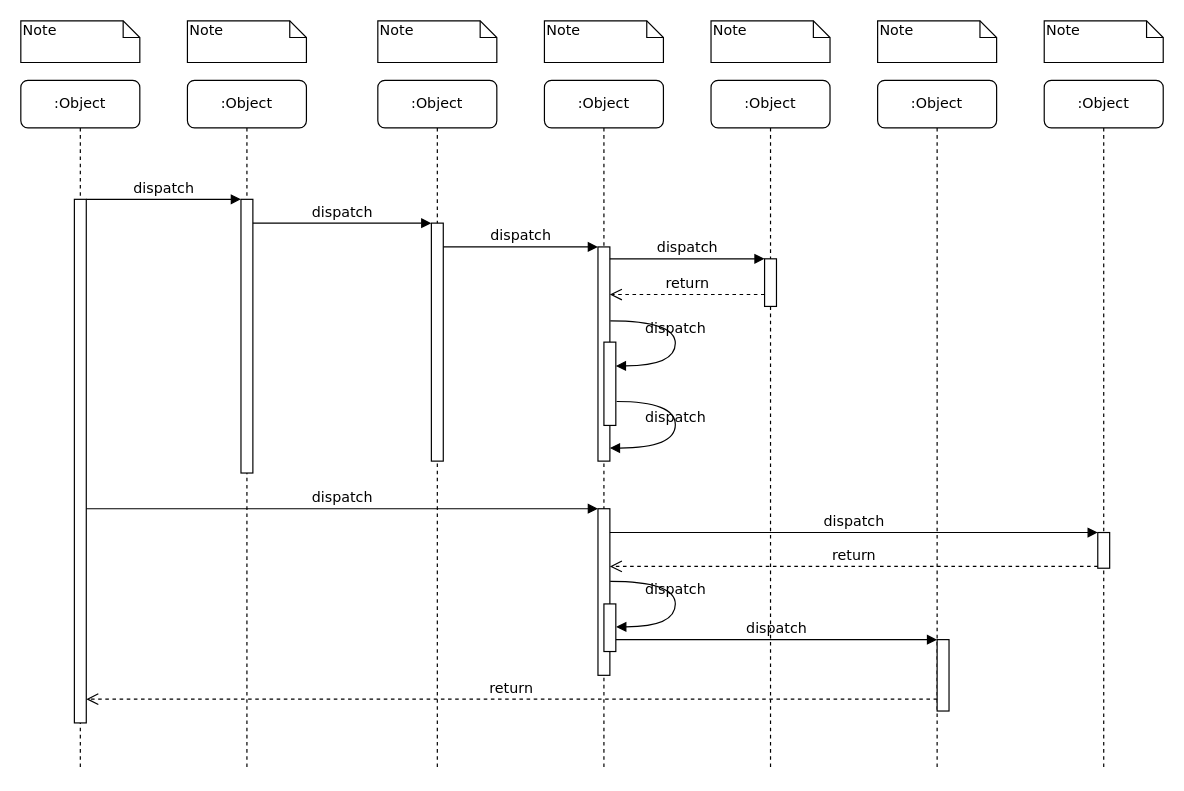
Earlier version of the draw.io diagram src/main/java/com/app/Untitled Diagram.drawio (David-Josue-Murillo/panama_trips_api). Source tidied: cells renumbered, new cells numbered last; positions are measured from the earlier drawing's top-left corner, leaving out a move shared by most shapes. Both pictures are drawn from the tidied source at 119%, with x=0, y=0 at pixel (20, 20).
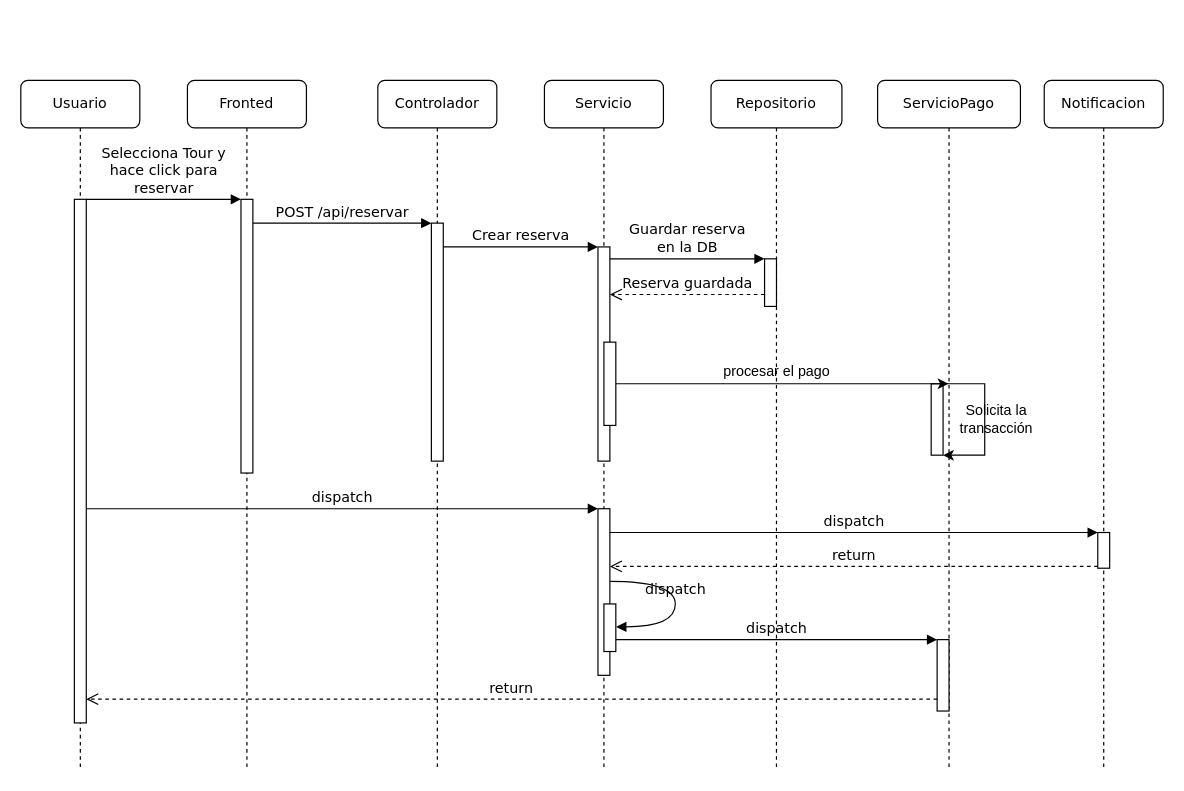
The same diagram, later.

The change refers to these unchanged cells:
```xml
<mxCell id="3" style="html=1;points=[];perimeter=orthogonalPerimeter;rounded=0;shadow=0;comic=0;labelBackgroundColor=none;strokeWidth=1;fontFamily=Verdana;fontSize=12;align=center;" parent="2" vertex="1">
  <mxGeometry x="45" y="100" width="10" height="230" as="geometry" />
</mxCell>
<mxCell id="5" style="html=1;points=[];perimeter=orthogonalPerimeter;rounded=0;shadow=0;comic=0;labelBackgroundColor=none;strokeWidth=1;fontFamily=Verdana;fontSize=12;align=center;" parent="4" vertex="1">
  <mxGeometry x="45" y="120" width="10" height="200" as="geometry" />
</mxCell>
<mxCell id="11" style="html=1;points=[];perimeter=orthogonalPerimeter;rounded=0;shadow=0;comic=0;labelBackgroundColor=none;strokeWidth=1;fontFamily=Verdana;fontSize=12;align=center;" parent="10" vertex="1">
  <mxGeometry x="45" y="100" width="10" height="440" as="geometry" />
</mxCell>
<mxCell id="12" style="html=1;points=[];perimeter=orthogonalPerimeter;rounded=0;shadow=0;comic=0;labelBackgroundColor=none;strokeWidth=1;fontFamily=Verdana;fontSize=12;align=center;" parent="1" vertex="1">
  <mxGeometry x="485" y="190" width="10" height="180" as="geometry" />
</mxCell>
<mxCell id="14" style="html=1;points=[];perimeter=orthogonalPerimeter;rounded=0;shadow=0;comic=0;labelBackgroundColor=none;strokeWidth=1;fontFamily=Verdana;fontSize=12;align=center;" parent="1" vertex="1">
  <mxGeometry x="625" y="200" width="10" height="40" as="geometry" />
</mxCell>
<mxCell id="27" style="html=1;points=[];perimeter=orthogonalPerimeter;rounded=0;shadow=0;comic=0;labelBackgroundColor=none;strokeWidth=1;fontFamily=Verdana;fontSize=12;align=center;" parent="1" vertex="1">
  <mxGeometry x="490" y="270" width="10" height="70" as="geometry" />
</mxCell>
```

The edit, as a diff of the source:
```diff
@@
-    <mxCell id="2" value=":Object" style="shape=umlLifeline;perimeter=lifelinePerimeter;whiteSpace=wrap;html=1;rounded=1;shadow=0;comic=0;labelBackgroundColor=none;strokeWidth=1;fontFamily=Verdana;fontSize=12;align=center;" parent="1" vertex="1">
+    <mxCell id="2" value="Fronted" style="shape=umlLifeline;perimeter=lifelinePerimeter;whiteSpace=wrap;html=1;rounded=1;shadow=0;comic=0;labelBackgroundColor=none;strokeWidth=1;fontFamily=Verdana;fontSize=12;align=center;" parent="1" vertex="1">
       <mxGeometry x="140" y="50" width="100" height="580" as="geometry" />
     </mxCell>
@@
-    <mxCell id="4" value=":Object" style="shape=umlLifeline;perimeter=lifelinePerimeter;whiteSpace=wrap;html=1;rounded=1;shadow=0;comic=0;labelBackgroundColor=none;strokeWidth=1;fontFamily=Verdana;fontSize=12;align=center;" parent="1" vertex="1">
+    <mxCell id="4" value="Controlador" style="shape=umlLifeline;perimeter=lifelinePerimeter;whiteSpace=wrap;html=1;rounded=1;shadow=0;comic=0;labelBackgroundColor=none;strokeWidth=1;fontFamily=Verdana;fontSize=12;align=center;" parent="1" vertex="1">
       <mxGeometry x="300" y="50" width="100" height="580" as="geometry" />
     </mxCell>
@@
-    <mxCell id="6" value=":Object" style="shape=umlLifeline;perimeter=lifelinePerimeter;whiteSpace=wrap;html=1;rounded=1;shadow=0;comic=0;labelBackgroundColor=none;strokeWidth=1;fontFamily=Verdana;fontSize=12;align=center;" parent="1" vertex="1">
+    <mxCell id="6" value="Servicio" style="shape=umlLifeline;perimeter=lifelinePerimeter;whiteSpace=wrap;html=1;rounded=1;shadow=0;comic=0;labelBackgroundColor=none;strokeWidth=1;fontFamily=Verdana;fontSize=12;align=center;" parent="1" vertex="1">
       <mxGeometry x="440" y="50" width="100" height="580" as="geometry" />
     </mxCell>
-    <mxCell id="7" value=":Object" style="shape=umlLifeline;perimeter=lifelinePerimeter;whiteSpace=wrap;html=1;rounded=1;shadow=0;comic=0;labelBackgroundColor=none;strokeWidth=1;fontFamily=Verdana;fontSize=12;align=center;" parent="1" vertex="1">
-      <mxGeometry x="580" y="50" width="100" height="580" as="geometry" />
+    <mxCell id="7" value="Repositorio" style="shape=umlLifeline;perimeter=lifelinePerimeter;whiteSpace=wrap;html=1;rounded=1;shadow=0;comic=0;labelBackgroundColor=none;strokeWidth=1;fontFamily=Verdana;fontSize=12;align=center;" parent="1" vertex="1">
+      <mxGeometry x="580" y="50" width="110" height="580" as="geometry" />
     </mxCell>
+    <mxCell id="39" value="procesar el pago" style="text;html=1;align=center;verticalAlign=middle;strokeColor=none;fillColor=none;" parent="7" vertex="1">
+      <mxGeometry y="230" width="110" height="30" as="geometry" />
+    </mxCell>
-    <mxCell id="8" value=":Object" style="shape=umlLifeline;perimeter=lifelinePerimeter;whiteSpace=wrap;html=1;outlineConnect=0;rounded=1;shadow=0;comic=0;labelBackgroundColor=none;strokeWidth=1;fontFamily=Verdana;fontSize=12;align=center;" parent="1" vertex="1">
-      <mxGeometry x="720" y="50" width="100" height="580" as="geometry" />
+    <mxCell id="8" value="ServicioPago" style="shape=umlLifeline;perimeter=lifelinePerimeter;whiteSpace=wrap;html=1;outlineConnect=0;rounded=1;shadow=0;comic=0;labelBackgroundColor=none;strokeWidth=1;fontFamily=Verdana;fontSize=12;align=center;" parent="1" vertex="1">
+      <mxGeometry x="720" y="50" width="120" height="580" as="geometry" />
     </mxCell>
+    <mxCell id="40" style="edgeStyle=orthogonalEdgeStyle;rounded=0;orthogonalLoop=1;jettySize=auto;html=1;exitX=0.75;exitY=0;exitDx=0;exitDy=0;entryX=1;entryY=1;entryDx=0;entryDy=0;" parent="8" edge="1" source="41" target="41">
+      <mxGeometry relative="1" as="geometry">
+        <Array as="points">
+          <mxPoint x="90" y="255" />
+          <mxPoint x="90" y="315" />
+        </Array>
+      </mxGeometry>
+    </mxCell>
+    <mxCell id="41" style="rounded=0;whiteSpace=wrap;html=1;" parent="8" vertex="1">
+      <mxGeometry x="45" y="255" width="10" height="60" as="geometry" />
+    </mxCell>
+    <mxCell id="42" value="Solicita la transacción" style="text;html=1;align=center;verticalAlign=middle;whiteSpace=wrap;rounded=0;" parent="8" vertex="1">
+      <mxGeometry x="70" y="270" width="60" height="30" as="geometry" />
+    </mxCell>
-    <mxCell id="9" value=":Object" style="shape=umlLifeline;perimeter=lifelinePerimeter;whiteSpace=wrap;html=1;rounded=1;shadow=0;comic=0;labelBackgroundColor=none;strokeWidth=1;fontFamily=Verdana;fontSize=12;align=center;" parent="1" vertex="1">
+    <mxCell id="9" value="Notificacion" style="shape=umlLifeline;perimeter=lifelinePerimeter;whiteSpace=wrap;html=1;rounded=1;shadow=0;comic=0;labelBackgroundColor=none;strokeWidth=1;fontFamily=Verdana;fontSize=12;align=center;" parent="1" vertex="1">
       <mxGeometry x="860" y="50" width="100" height="580" as="geometry" />
     </mxCell>
-    <mxCell id="10" value=":Object" style="shape=umlLifeline;perimeter=lifelinePerimeter;whiteSpace=wrap;html=1;rounded=1;shadow=0;comic=0;labelBackgroundColor=none;strokeWidth=1;fontFamily=Verdana;fontSize=12;align=center;" parent="1" vertex="1">
+    <mxCell id="10" value="Usuario" style="shape=umlLifeline;perimeter=lifelinePerimeter;whiteSpace=wrap;html=1;rounded=1;shadow=0;comic=0;labelBackgroundColor=none;strokeWidth=1;fontFamily=Verdana;fontSize=12;align=center;" parent="1" vertex="1">
       <mxGeometry y="50" width="100" height="580" as="geometry" />
     </mxCell>
@@
-    <mxCell id="13" value="dispatch" style="html=1;verticalAlign=bottom;endArrow=block;labelBackgroundColor=none;fontFamily=Verdana;fontSize=12;edgeStyle=elbowEdgeStyle;elbow=vertical;" parent="1" edge="1" source="5" target="12">
+    <mxCell id="13" value="Crear reserva" style="html=1;verticalAlign=bottom;endArrow=block;labelBackgroundColor=none;fontFamily=Verdana;fontSize=12;edgeStyle=elbowEdgeStyle;elbow=vertical;" parent="1" edge="1" source="5" target="12">
       <mxGeometry relative="1" as="geometry">
         <Array as="points">
           <mxPoint x="360" y="190" />
         </Array>
       </mxGeometry>
     </mxCell>
@@
-    <mxCell id="15" value="dispatch" style="html=1;verticalAlign=bottom;endArrow=block;entryX=0;entryY=0;labelBackgroundColor=none;fontFamily=Verdana;fontSize=12;edgeStyle=elbowEdgeStyle;elbow=vertical;" parent="1" edge="1" source="12" target="14">
+    <mxCell id="15" value="&lt;div&gt;Guardar reserva&lt;/div&gt;&lt;div&gt;en la DB&lt;/div&gt;" style="html=1;verticalAlign=bottom;endArrow=block;entryX=0;entryY=0;labelBackgroundColor=none;fontFamily=Verdana;fontSize=12;edgeStyle=elbowEdgeStyle;elbow=vertical;" parent="1" edge="1" source="12" target="14">
       <mxGeometry relative="1" as="geometry" />
     </mxCell>
-    <mxCell id="16" value="return" style="html=1;verticalAlign=bottom;endArrow=open;dashed=1;endSize=8;labelBackgroundColor=none;fontFamily=Verdana;fontSize=12;edgeStyle=elbowEdgeStyle;elbow=vertical;" parent="1" edge="1" source="14" target="12">
+    <mxCell id="16" value="Reserva guardada" style="html=1;verticalAlign=bottom;endArrow=open;dashed=1;endSize=8;labelBackgroundColor=none;fontFamily=Verdana;fontSize=12;edgeStyle=elbowEdgeStyle;elbow=vertical;" parent="1" edge="1" source="14" target="12">
       <mxGeometry relative="1" as="geometry">
         <Array as="points">
           <mxPoint x="570" y="230" />
           <mxPoint x="600" y="230" />
         </Array>
       </mxGeometry>
     </mxCell>
@@
-    <mxCell id="25" value="dispatch" style="html=1;verticalAlign=bottom;endArrow=block;entryX=0;entryY=0;labelBackgroundColor=none;fontFamily=Verdana;fontSize=12;edgeStyle=elbowEdgeStyle;elbow=vertical;" parent="1" edge="1" source="11" target="3">
+    <mxCell id="25" value="&lt;div&gt;Selecciona Tour y&lt;/div&gt;&lt;div&gt;hace click para&lt;/div&gt;&lt;div&gt;reservar&lt;/div&gt;" style="html=1;verticalAlign=bottom;endArrow=block;entryX=0;entryY=0;labelBackgroundColor=none;fontFamily=Verdana;fontSize=12;edgeStyle=elbowEdgeStyle;elbow=vertical;" parent="1" edge="1" source="11" target="3">
       <mxGeometry relative="1" as="geometry" />
     </mxCell>
-    <mxCell id="26" value="dispatch" style="html=1;verticalAlign=bottom;endArrow=block;entryX=0;entryY=0;labelBackgroundColor=none;fontFamily=Verdana;fontSize=12;edgeStyle=elbowEdgeStyle;elbow=vertical;" parent="1" edge="1" source="3" target="5">
+    <mxCell id="26" value="POST /api/reservar" style="html=1;verticalAlign=bottom;endArrow=block;entryX=0;entryY=0;labelBackgroundColor=none;fontFamily=Verdana;fontSize=12;edgeStyle=elbowEdgeStyle;elbow=vertical;" parent="1" edge="1" source="3" target="5">
       <mxGeometry relative="1" as="geometry" />
     </mxCell>
+    <mxCell id="43" style="edgeStyle=orthogonalEdgeStyle;rounded=0;jettySize=auto;html=1;" parent="1" edge="1" source="27" target="8">
+      <mxGeometry relative="1" as="geometry">
+        <Array as="points">
+          <mxPoint x="690" y="305" />
+          <mxPoint x="690" y="305" />
+        </Array>
+      </mxGeometry>
+    </mxCell>
@@
-    <mxCell id="28" value="dispatch" style="html=1;verticalAlign=bottom;endArrow=block;labelBackgroundColor=none;fontFamily=Verdana;fontSize=12;elbow=vertical;edgeStyle=orthogonalEdgeStyle;curved=1;entryX=1;entryY=0.286;entryPerimeter=0;exitX=1.038;exitY=0.345;exitPerimeter=0;" parent="1" edge="1" source="12" target="27">
-      <mxGeometry relative="1" as="geometry">
-        <Array as="points">
-          <mxPoint x="550" y="252" />
-          <mxPoint x="550" y="290" />
-        </Array>
-      </mxGeometry>
-    </mxCell>
-    <mxCell id="29" value="dispatch" style="html=1;verticalAlign=bottom;endArrow=block;labelBackgroundColor=none;fontFamily=Verdana;fontSize=12;elbow=vertical;edgeStyle=orthogonalEdgeStyle;curved=1;exitX=1.066;exitY=0.713;exitPerimeter=0;" parent="1" edge="1" source="27">
-      <mxGeometry relative="1" as="geometry">
-        <mxPoint x="495" y="359" as="targetPoint" />
-        <Array as="points">
-          <mxPoint x="550" y="320" />
-          <mxPoint x="550" y="359" />
-        </Array>
-      </mxGeometry>
-    </mxCell>
@@
-    <mxCell id="32" value="Note" style="shape=note;whiteSpace=wrap;html=1;size=14;verticalAlign=top;align=left;spacingTop=-6;rounded=0;shadow=0;comic=0;labelBackgroundColor=none;strokeWidth=1;fontFamily=Verdana;fontSize=12;" parent="1" vertex="1">
-      <mxGeometry width="100" height="35" as="geometry" />
-    </mxCell>
-    <mxCell id="33" value="Note" style="shape=note;whiteSpace=wrap;html=1;size=14;verticalAlign=top;align=left;spacingTop=-6;rounded=0;shadow=0;comic=0;labelBackgroundColor=none;strokeWidth=1;fontFamily=Verdana;fontSize=12;" parent="1" vertex="1">
-      <mxGeometry x="140" width="100" height="35" as="geometry" />
-    </mxCell>
-    <mxCell id="34" value="Note" style="shape=note;whiteSpace=wrap;html=1;size=14;verticalAlign=top;align=left;spacingTop=-6;rounded=0;shadow=0;comic=0;labelBackgroundColor=none;strokeWidth=1;fontFamily=Verdana;fontSize=12;" parent="1" vertex="1">
-      <mxGeometry x="300" width="100" height="35" as="geometry" />
-    </mxCell>
-    <mxCell id="35" value="Note" style="shape=note;whiteSpace=wrap;html=1;size=14;verticalAlign=top;align=left;spacingTop=-6;rounded=0;shadow=0;comic=0;labelBackgroundColor=none;strokeWidth=1;fontFamily=Verdana;fontSize=12;" parent="1" vertex="1">
-      <mxGeometry x="440" width="100" height="35" as="geometry" />
-    </mxCell>
-    <mxCell id="36" value="Note" style="shape=note;whiteSpace=wrap;html=1;size=14;verticalAlign=top;align=left;spacingTop=-6;rounded=0;shadow=0;comic=0;labelBackgroundColor=none;strokeWidth=1;fontFamily=Verdana;fontSize=12;" parent="1" vertex="1">
-      <mxGeometry x="580" width="100" height="35" as="geometry" />
-    </mxCell>
-    <mxCell id="37" value="Note" style="shape=note;whiteSpace=wrap;html=1;size=14;verticalAlign=top;align=left;spacingTop=-6;rounded=0;shadow=0;comic=0;labelBackgroundColor=none;strokeWidth=1;fontFamily=Verdana;fontSize=12;" parent="1" vertex="1">
-      <mxGeometry x="720" width="100" height="35" as="geometry" />
-    </mxCell>
-    <mxCell id="38" value="Note" style="shape=note;whiteSpace=wrap;html=1;size=14;verticalAlign=top;align=left;spacingTop=-6;rounded=0;shadow=0;comic=0;labelBackgroundColor=none;strokeWidth=1;fontFamily=Verdana;fontSize=12;" parent="1" vertex="1">
-      <mxGeometry x="860" width="100" height="35" as="geometry" />
-    </mxCell>
```
